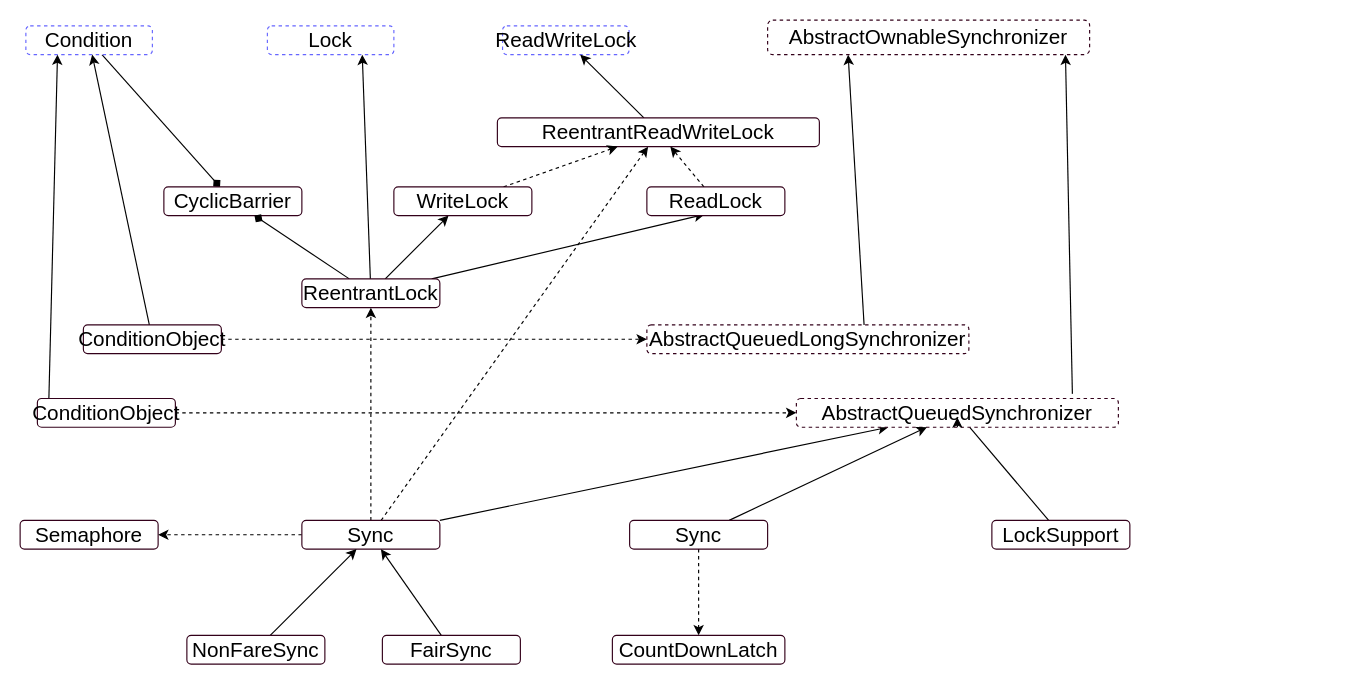
Above: 003-JUC类汇总.drawio in Burny-Tech/Burny-drawio (draw.io), before the change. Source tidied: cells renumbered, new cells numbered last; positions are measured from the earlier drawing's top-left corner, leaving out a move shared by most shapes. Both pictures are drawn from the tidied source at 115%, with x=0, y=0 at pixel (20, 20).
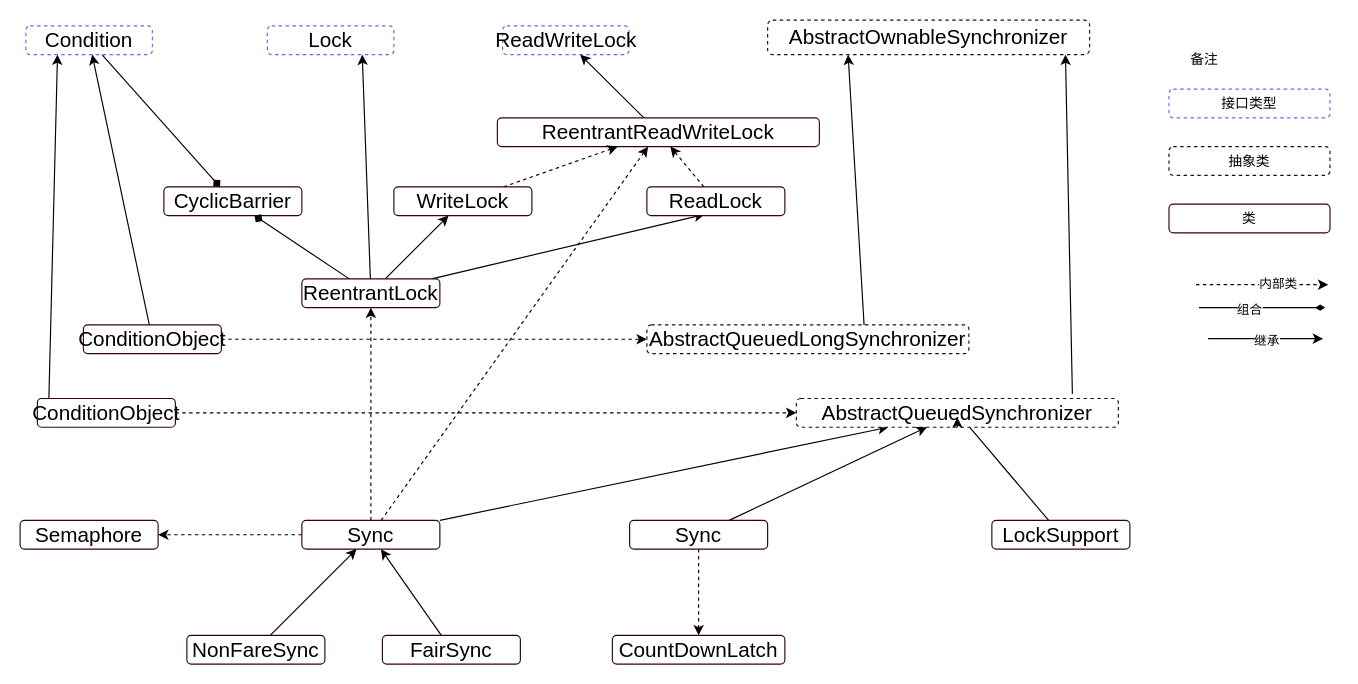
The same diagram, later.

Commit message:
更新003-JUC类汇总.drawio

Diff of the diagram source:
```diff
@@
+    <mxCell id="46" value="接口类型" style="rounded=1;whiteSpace=wrap;html=1;dashed=1;strokeColor=#6666FF;" parent="1" vertex="1">
+      <mxGeometry x="999" y="60" width="140" height="25" as="geometry" />
+    </mxCell>
+    <mxCell id="47" value="备注" style="text;html=1;strokeColor=none;fillColor=none;align=center;verticalAlign=middle;whiteSpace=wrap;rounded=0;" parent="1" vertex="1">
+      <mxGeometry x="1000" y="20" width="60" height="30" as="geometry" />
+    </mxCell>
+    <mxCell id="48" value="抽象类" style="rounded=1;whiteSpace=wrap;html=1;strokeColor=#33001A;dashed=1;" parent="1" vertex="1">
+      <mxGeometry x="999" y="110" width="140" height="25" as="geometry" />
+    </mxCell>
+    <mxCell id="49" value="类" style="rounded=1;whiteSpace=wrap;html=1;strokeColor=#33001A;" parent="1" vertex="1">
+      <mxGeometry x="999" y="160" width="140" height="25" as="geometry" />
+    </mxCell>
+    <mxCell id="50" style="endArrow=classic;html=1;rounded=0;startSize=0;endSize=6;targetPerimeterSpacing=6;jumpSize=0;dashed=1;endFill=1;" parent="1" edge="1">
+      <mxGeometry relative="1" as="geometry">
+        <mxPoint x="1022.5" y="230" as="sourcePoint" />
+        <mxPoint x="1137.5" y="230" as="targetPoint" />
+      </mxGeometry>
+    </mxCell>
+    <mxCell id="51" value="内部类" style="edgeLabel;html=1;align=center;verticalAlign=middle;" parent="50" vertex="1">
+      <mxGeometry x="0.24" y="2" relative="1" as="geometry" />
+    </mxCell>
+    <mxCell id="52" style="endArrow=diamondThin;html=1;rounded=0;startSize=0;endSize=6;targetPerimeterSpacing=6;jumpSize=0;endFill=1;" parent="1" edge="1">
+      <mxGeometry relative="1" as="geometry">
+        <mxPoint x="1025" y="250" as="sourcePoint" />
+        <mxPoint x="1135" y="250" as="targetPoint" />
+      </mxGeometry>
+    </mxCell>
+    <mxCell id="53" value="组合" style="edgeLabel;html=1;align=center;verticalAlign=middle;" parent="52" vertex="1">
+      <mxGeometry x="-0.22" y="-1" relative="1" as="geometry" />
+    </mxCell>
+    <mxCell id="54" style="endArrow=classic;html=1;rounded=0;startSize=0;endSize=6;targetPerimeterSpacing=6;jumpSize=0;endFill=1;" parent="1" edge="1">
+      <mxGeometry relative="1" as="geometry">
+        <mxPoint x="1033" y="277" as="sourcePoint" />
+        <mxPoint x="1133" y="277" as="targetPoint" />
+      </mxGeometry>
+    </mxCell>
+    <mxCell id="55" value="继承" style="edgeLabel;html=1;align=center;verticalAlign=middle;" parent="54" vertex="1">
+      <mxGeometry x="0.34" y="-2" relative="1" as="geometry">
+        <mxPoint x="-17" y="-1" as="offset" />
+      </mxGeometry>
+    </mxCell>
```
